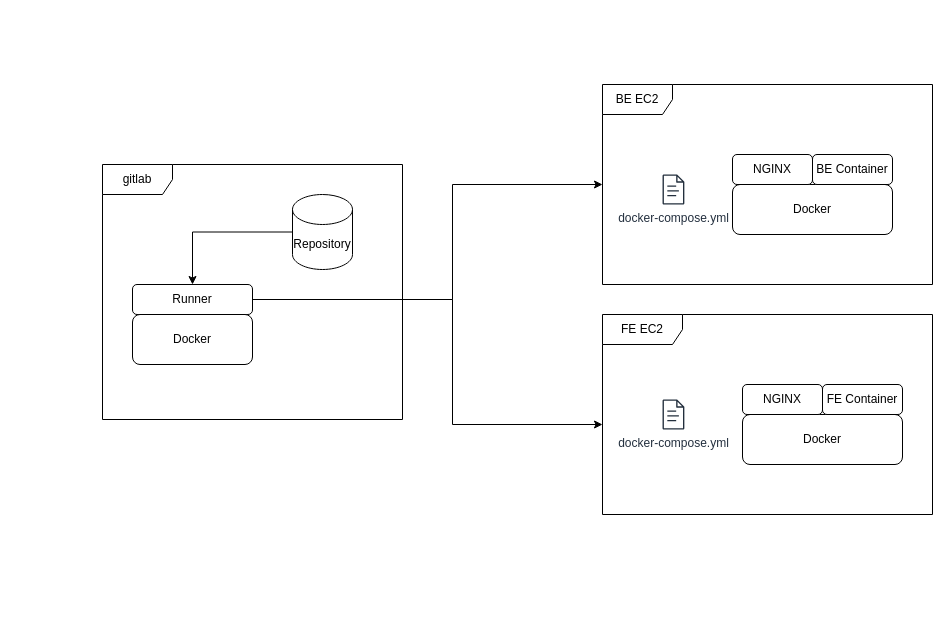
The draw.io diagram 무제.drawio in djcho/draw-io-repo, before the edit. Source tidied: cells renumbered, new cells numbered last; positions are measured from the earlier drawing's top-left corner, leaving out a move shared by most shapes. Both pictures are drawn from the tidied source at 100%, with x=0, y=0 at pixel (102, 84).
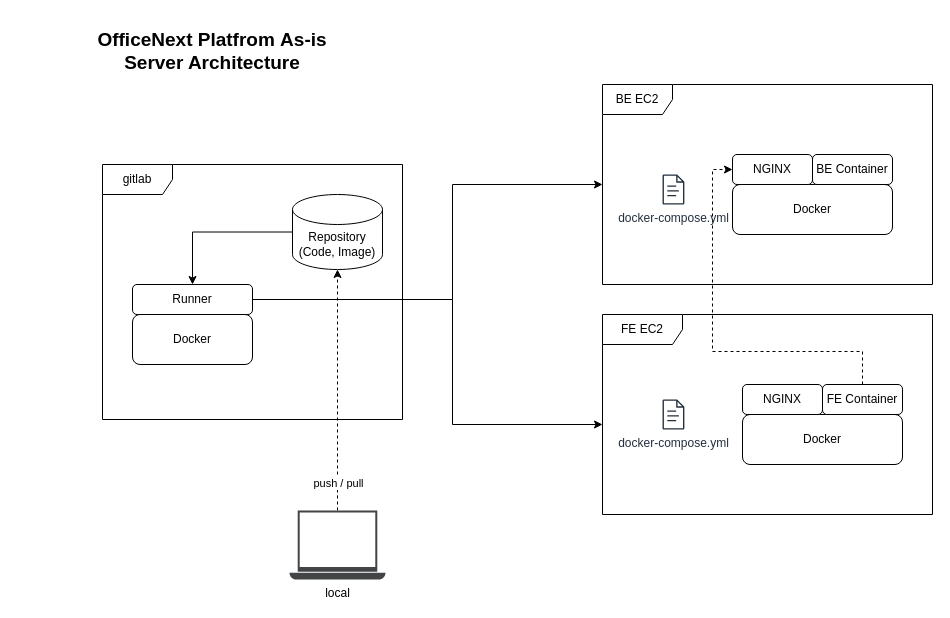
After the change.

Commit message (it also covers changes not shown here):
무제.drawio 업데이트

Unchanged cells that the change refers to:
```xml
<mxCell id="12" value="FE Container" style="rounded=1;whiteSpace=wrap;html=1;" parent="1" vertex="1">
  <mxGeometry x="720" y="300" width="80" height="30" as="geometry" />
</mxCell>
<mxCell id="16" value="NGINX" style="rounded=1;whiteSpace=wrap;html=1;" parent="1" vertex="1">
  <mxGeometry x="630" y="70" width="80" height="30" as="geometry" />
</mxCell>
```

Change to the diagram source:
```diff
@@
+    <mxCell id="19" style="edgeStyle=orthogonalEdgeStyle;rounded=0;jettySize=auto;html=1;entryX=0;entryY=0.5;entryDx=0;entryDy=0;dashed=1;" parent="1" edge="1" source="12" target="16">
+      <mxGeometry relative="1" as="geometry">
+        <Array as="points">
+          <mxPoint x="760" y="267" />
+          <mxPoint x="610" y="267" />
+          <mxPoint x="610" y="85" />
+        </Array>
+      </mxGeometry>
+    </mxCell>
@@
-    <mxCell id="18" value="Repository" style="shape=cylinder3;whiteSpace=wrap;html=1;boundedLbl=1;backgroundOutline=1;size=15;" parent="1" vertex="1">
-      <mxGeometry x="190" y="110" width="60" height="75" as="geometry" />
+    <mxCell id="18" value="Repository&lt;br&gt;(Code, Image)" style="shape=cylinder3;whiteSpace=wrap;html=1;boundedLbl=1;backgroundOutline=1;size=15;" parent="1" vertex="1">
+      <mxGeometry x="190" y="110" width="90" height="75" as="geometry" />
     </mxCell>
+    <mxCell id="20" style="edgeStyle=orthogonalEdgeStyle;rounded=0;jettySize=auto;html=1;dashed=1;" parent="1" edge="1" source="22" target="18">
+      <mxGeometry relative="1" as="geometry" />
+    </mxCell>
+    <mxCell id="21" value="push / pull" style="edgeLabel;html=1;align=center;verticalAlign=middle;" parent="20" vertex="1">
+      <mxGeometry x="-0.82" y="-3" relative="1" as="geometry">
+        <mxPoint x="-3" y="-6" as="offset" />
+      </mxGeometry>
+    </mxCell>
+    <mxCell id="22" value="local" style="sketch=0;shadow=0;dashed=0;html=1;strokeColor=none;fillColor=#434445;labelPosition=center;verticalLabelPosition=bottom;verticalAlign=top;align=center;outlineConnect=0;shape=mxgraph.vvd.laptop;" parent="1" vertex="1">
+      <mxGeometry x="187" y="426" width="96" height="69.1" as="geometry" />
+    </mxCell>
+    <mxCell id="23" value="&lt;b&gt;&lt;font style=&quot;font-size: 19px;&quot;&gt;OfficeNext Platfrom&amp;nbsp;&lt;/font&gt;&lt;/b&gt;&lt;b&gt;&lt;font style=&quot;font-size: 19px;&quot;&gt;As-is&lt;br&gt;&lt;/font&gt;&lt;/b&gt;&lt;b&gt;&lt;font style=&quot;font-size: 19px;&quot;&gt;Server Architecture&lt;/font&gt;&lt;/b&gt;" style="text;html=1;align=center;verticalAlign=middle;whiteSpace=wrap;rounded=0;" parent="1" vertex="1">
+      <mxGeometry x="-85" y="-67" width="390" height="67" as="geometry" />
+    </mxCell>
```
